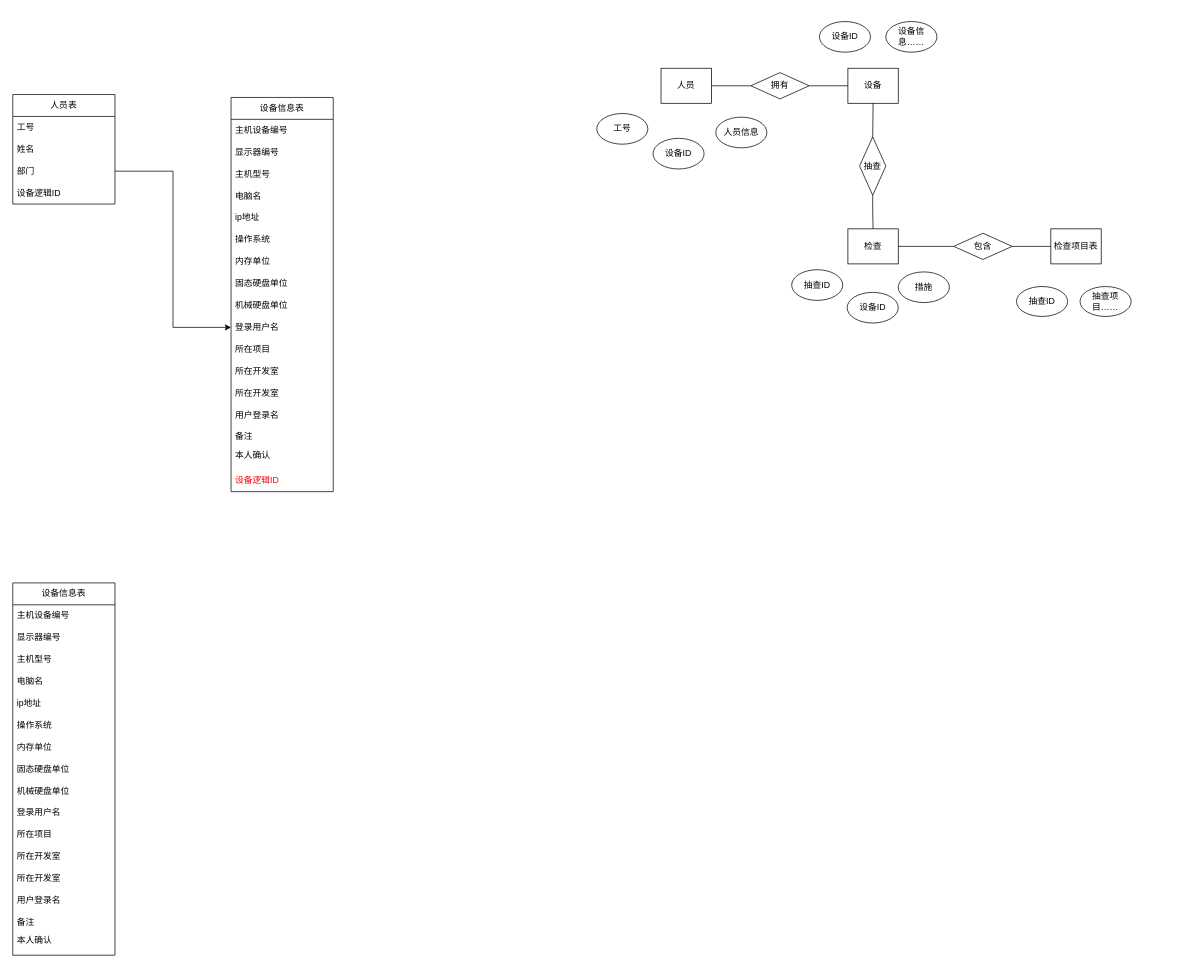
The draw.io diagram 名称未設定ファイル.drawio in linf04/draw.io, before the edit. Source tidied: cells renumbered, new cells numbered last; positions are measured from the earlier drawing's top-left corner, leaving out a move shared by most shapes. Both pictures are drawn from the tidied source at 73%, with x=0, y=0 at pixel (12, 21).
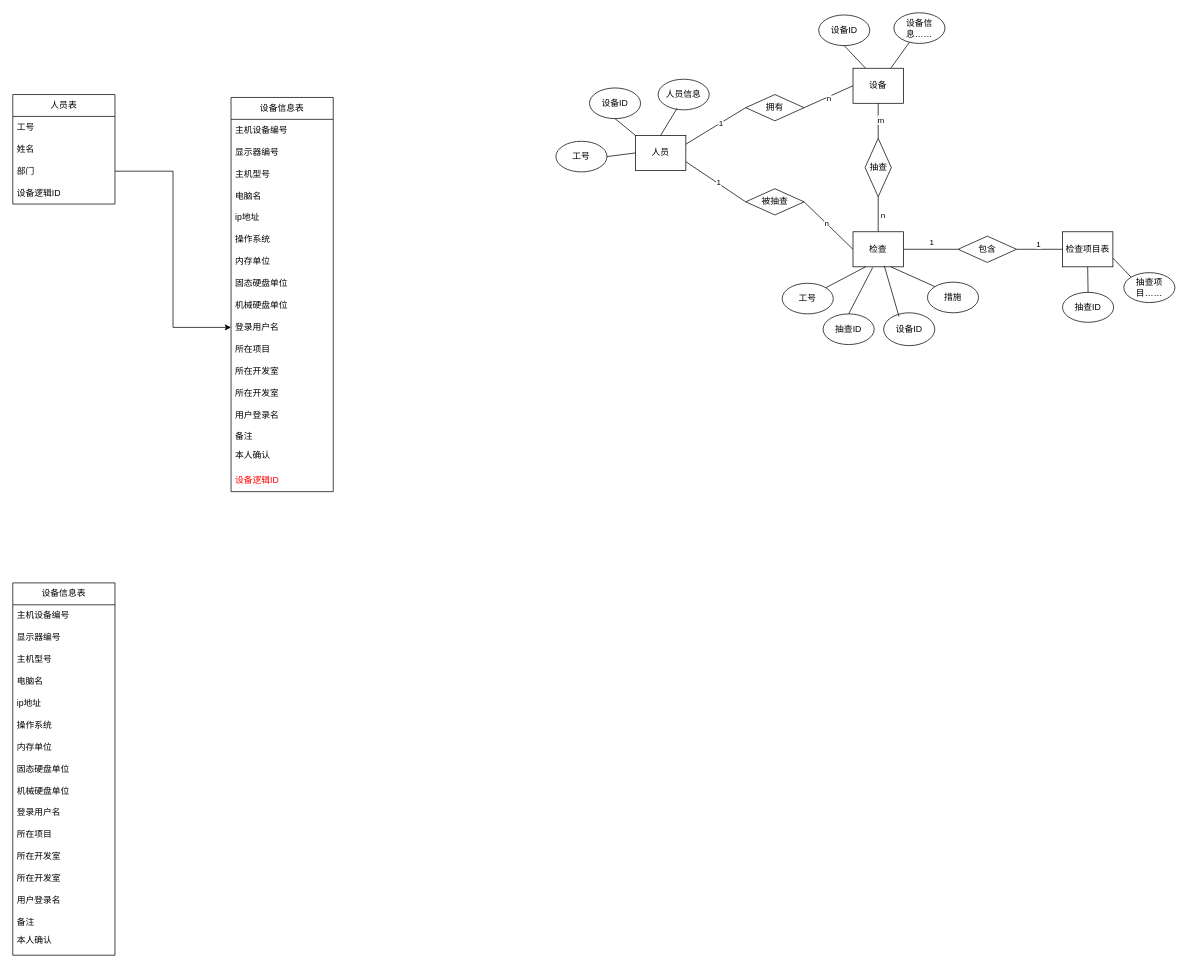
The same page after the edit.

Commit message (it also covers changes not shown here):
名称未設定ファイル.drawio を更新します

Unchanged cells that the change refers to:
```xml
<mxCell id="58" style="rounded=0;jettySize=auto;html=1;exitX=1;exitY=0.5;exitDx=0;exitDy=0;entryX=0;entryY=0.5;entryDx=0;entryDy=0;strokeColor=default;endArrow=none;endFill=0;" parent="1" edge="1" source="59" target="45">
  <mxGeometry relative="1" as="geometry" />
</mxCell>
<mxCell id="60" style="endArrow=none;html=1;rounded=0;exitX=0;exitY=0.5;exitDx=0;exitDy=0;entryX=0.5;entryY=1;entryDx=0;entryDy=0;" parent="1" edge="1" source="62" target="45">
  <mxGeometry relative="1" as="geometry" />
</mxCell>
<mxCell id="65" style="rounded=0;jettySize=auto;html=1;exitX=0;exitY=0.5;exitDx=0;exitDy=0;entryX=0;entryY=0.5;entryDx=0;entryDy=0;endArrow=none;endFill=0;" parent="1" edge="1" source="63" target="47">
  <mxGeometry relative="1" as="geometry" />
</mxCell>
```

Diff of the diagram source:
```diff
@@
-    <mxCell id="43" style="rounded=0;jettySize=auto;html=1;exitX=1;exitY=0.5;exitDx=0;exitDy=0;entryX=0;entryY=0.5;entryDx=0;entryDy=0;endArrow=none;endFill=0;" parent="1" edge="1" source="44" target="59">
+    <mxCell id="43" style="rounded=0;jettySize=auto;html=1;exitX=1;exitY=0.25;exitDx=0;exitDy=0;entryX=0;entryY=0.5;entryDx=0;entryDy=0;endArrow=none;endFill=0;" parent="1" edge="1" source="44" target="59">
       <mxGeometry relative="1" as="geometry" />
     </mxCell>
+    <mxCell id="66" value="1" style="edgeLabel;html=1;align=center;verticalAlign=middle;" parent="43" vertex="1">
+      <mxGeometry x="0.17" relative="1" as="geometry" />
+    </mxCell>
     <mxCell id="44" value="人员" style="rounded=0;whiteSpace=wrap;html=1;" parent="1" vertex="1">
-      <mxGeometry x="888" y="64" width="69" height="48" as="geometry" />
+      <mxGeometry x="853" y="156" width="69" height="48" as="geometry" />
     </mxCell>
     <mxCell id="45" value="设备" style="rounded=0;whiteSpace=wrap;html=1;" parent="1" vertex="1">
-      <mxGeometry x="1144" y="64" width="69" height="48" as="geometry" />
+      <mxGeometry x="1151" y="64" width="69" height="48" as="geometry" />
     </mxCell>
+    <mxCell id="67" style="rounded=0;jettySize=auto;html=1;endArrow=none;endFill=0;entryX=1;entryY=0.5;entryDx=0;entryDy=0;" parent="1" edge="1" source="46" target="62">
+      <mxGeometry relative="1" as="geometry" />
+    </mxCell>
+    <mxCell id="68" value="n" style="edgeLabel;html=1;align=center;verticalAlign=middle;" parent="67" vertex="1">
+      <mxGeometry x="-0.08" y="3" relative="1" as="geometry">
+        <mxPoint x="9" y="-1" as="offset" />
+      </mxGeometry>
+    </mxCell>
+    <mxCell id="64" style="rounded=0;jettySize=auto;html=1;exitX=1;exitY=0.5;exitDx=0;exitDy=0;entryX=1;entryY=0.5;entryDx=0;entryDy=0;endArrow=none;endFill=0;" parent="1" edge="1" source="46" target="63">
+      <mxGeometry relative="1" as="geometry" />
+    </mxCell>
+    <mxCell id="69" value="1" style="edgeLabel;html=1;align=center;verticalAlign=middle;" parent="64" vertex="1">
+      <mxGeometry x="0.23" y="2" relative="1" as="geometry">
+        <mxPoint x="-8" y="-9" as="offset" />
+      </mxGeometry>
+    </mxCell>
     <mxCell id="46" value="检查" style="rounded=0;whiteSpace=wrap;html=1;" parent="1" vertex="1">
-      <mxGeometry x="1144" y="284" width="69" height="48" as="geometry" />
+      <mxGeometry x="1151" y="288" width="69" height="48" as="geometry" />
     </mxCell>
     <mxCell id="47" value="检查项目表" style="rounded=0;whiteSpace=wrap;html=1;" parent="1" vertex="1">
-      <mxGeometry x="1422" y="284" width="69" height="48" as="geometry" />
+      <mxGeometry x="1438" y="288" width="69" height="48" as="geometry" />
     </mxCell>
     <mxCell id="48" value="工号" style="ellipse;whiteSpace=wrap;html=1;" parent="1" vertex="1">
-      <mxGeometry x="800" y="126" width="70" height="42" as="geometry" />
+      <mxGeometry x="744" y="164" width="70" height="42" as="geometry" />
     </mxCell>
     <mxCell id="49" value="设备ID" style="ellipse;whiteSpace=wrap;html=1;" parent="1" vertex="1">
-      <mxGeometry x="877" y="160" width="70" height="42" as="geometry" />
+      <mxGeometry x="790" y="91" width="70" height="42" as="geometry" />
     </mxCell>
     <mxCell id="50" value="设备ID" style="ellipse;whiteSpace=wrap;html=1;" parent="1" vertex="1">
-      <mxGeometry x="1105" width="70" height="42" as="geometry" />
+      <mxGeometry x="1104" y="-9" width="70" height="42" as="geometry" />
     </mxCell>
     <mxCell id="51" value="设备信息……" style="ellipse;whiteSpace=wrap;html=1;" parent="1" vertex="1">
-      <mxGeometry x="1196" width="70" height="42" as="geometry" />
+      <mxGeometry x="1207" y="-12" width="70" height="42" as="geometry" />
     </mxCell>
     <mxCell id="52" value="抽查ID" style="ellipse;whiteSpace=wrap;html=1;" parent="1" vertex="1">
-      <mxGeometry x="1067" y="340" width="70" height="42" as="geometry" />
+      <mxGeometry x="1110" y="400.5" width="70" height="42" as="geometry" />
     </mxCell>
     <mxCell id="53" value="抽查ID" style="ellipse;whiteSpace=wrap;html=1;" parent="1" vertex="1">
-      <mxGeometry x="1375" y="363" width="70" height="41" as="geometry" />
+      <mxGeometry x="1438" y="371" width="70" height="41" as="geometry" />
     </mxCell>
     <mxCell id="54" value="抽查项目……" style="ellipse;whiteSpace=wrap;html=1;" parent="1" vertex="1">
-      <mxGeometry x="1462" y="363" width="70" height="41" as="geometry" />
+      <mxGeometry x="1522" y="344" width="70" height="41" as="geometry" />
     </mxCell>
     <mxCell id="55" value="人员信息" style="ellipse;whiteSpace=wrap;html=1;" parent="1" vertex="1">
-      <mxGeometry x="963" y="131" width="70" height="42" as="geometry" />
+      <mxGeometry x="884" y="79" width="70" height="42" as="geometry" />
     </mxCell>
     <mxCell id="56" value="设备ID" style="ellipse;whiteSpace=wrap;html=1;" parent="1" vertex="1">
-      <mxGeometry x="1143" y="371" width="70" height="42" as="geometry" />
+      <mxGeometry x="1193" y="399" width="70" height="45" as="geometry" />
     </mxCell>
     <mxCell id="57" value="措施" style="ellipse;whiteSpace=wrap;html=1;" parent="1" vertex="1">
-      <mxGeometry x="1213" y="343" width="70" height="42" as="geometry" />
+      <mxGeometry x="1253" y="357" width="70" height="42" as="geometry" />
     </mxCell>
@@
+    <mxCell id="70" value="n" style="edgeLabel;html=1;align=center;verticalAlign=middle;" parent="58" vertex="1">
+      <mxGeometry x="-0.03" y="-2" relative="1" as="geometry">
+        <mxPoint y="-1" as="offset" />
+      </mxGeometry>
+    </mxCell>
     <mxCell id="59" value="拥有" style="rhombus;whiteSpace=wrap;html=1;" parent="1" vertex="1">
-      <mxGeometry x="1011" y="70" width="80" height="36" as="geometry" />
+      <mxGeometry x="1004" y="100" width="80" height="36" as="geometry" />
     </mxCell>
@@
-    <mxCell id="61" style="edgeStyle=orthogonalEdgeStyle;rounded=0;jettySize=auto;html=1;exitX=1;exitY=0.5;exitDx=0;exitDy=0;entryX=0.5;entryY=0;entryDx=0;entryDy=0;endArrow=none;endFill=0;" parent="1" edge="1" source="62" target="46">
-      <mxGeometry relative="1" as="geometry" />
-    </mxCell>
+    <mxCell id="71" value="m" style="edgeLabel;html=1;align=center;verticalAlign=middle;" parent="60" vertex="1">
+      <mxGeometry x="0.08" y="-2" relative="1" as="geometry">
+        <mxPoint x="1" as="offset" />
+      </mxGeometry>
+    </mxCell>
     <mxCell id="62" value="抽查" style="rhombus;whiteSpace=wrap;html=1;direction=south;" parent="1" vertex="1">
-      <mxGeometry x="1160" y="158" width="36" height="80" as="geometry" />
+      <mxGeometry x="1167.5" y="160" width="36" height="80" as="geometry" />
     </mxCell>
     <mxCell id="63" value="包含" style="rhombus;whiteSpace=wrap;html=1;direction=west;" parent="1" vertex="1">
-      <mxGeometry x="1289" y="290" width="80" height="36" as="geometry" />
+      <mxGeometry x="1295" y="294" width="80" height="36" as="geometry" />
     </mxCell>
-    <mxCell id="64" style="edgeStyle=orthogonalEdgeStyle;rounded=0;jettySize=auto;html=1;exitX=1;exitY=0.5;exitDx=0;exitDy=0;entryX=1;entryY=0.5;entryDx=0;entryDy=0;endArrow=none;endFill=0;" parent="1" edge="1" source="46" target="63">
-      <mxGeometry relative="1" as="geometry" />
-    </mxCell>
@@
+    <mxCell id="72" value="1" style="edgeLabel;html=1;align=center;verticalAlign=middle;" parent="65" vertex="1">
+      <mxGeometry x="-0.08" y="4" relative="1" as="geometry">
+        <mxPoint y="-4" as="offset" />
+      </mxGeometry>
+    </mxCell>
+    <mxCell id="73" value="工号" style="ellipse;whiteSpace=wrap;html=1;" parent="1" vertex="1">
+      <mxGeometry x="1054" y="358.5" width="70" height="42" as="geometry" />
+    </mxCell>
+    <mxCell id="74" style="rounded=0;jettySize=auto;html=1;entryX=1;entryY=0.75;entryDx=0;entryDy=0;endArrow=none;endFill=0;exitX=0;exitY=0.5;exitDx=0;exitDy=0;" parent="1" edge="1" source="78" target="44">
+      <mxGeometry relative="1" as="geometry" />
+    </mxCell>
+    <mxCell id="75" value="1" style="edgeLabel;html=1;align=center;verticalAlign=middle;" parent="74" vertex="1">
+      <mxGeometry x="-0.06" y="-1" relative="1" as="geometry" />
+    </mxCell>
+    <mxCell id="76" style="rounded=0;jettySize=auto;html=1;exitX=1;exitY=0.5;exitDx=0;exitDy=0;entryX=0;entryY=0.5;entryDx=0;entryDy=0;endArrow=none;endFill=0;" parent="1" edge="1" source="78" target="46">
+      <mxGeometry relative="1" as="geometry" />
+    </mxCell>
+    <mxCell id="77" value="n" style="edgeLabel;html=1;align=center;verticalAlign=middle;" parent="76" vertex="1">
+      <mxGeometry x="-0.09" y="1" relative="1" as="geometry" />
+    </mxCell>
+    <mxCell id="78" value="被抽查" style="rhombus;whiteSpace=wrap;html=1;" parent="1" vertex="1">
+      <mxGeometry x="1004" y="229" width="80" height="36" as="geometry" />
+    </mxCell>
+    <mxCell id="79" style="endArrow=none;html=1;rounded=0;entryX=0;entryY=0.5;entryDx=0;entryDy=0;exitX=1;exitY=0.5;exitDx=0;exitDy=0;" parent="1" edge="1" source="48" target="44">
+      <mxGeometry relative="1" as="geometry" />
+    </mxCell>
+    <mxCell id="80" style="endArrow=none;html=1;rounded=0;entryX=0;entryY=0;entryDx=0;entryDy=0;exitX=0.5;exitY=1;exitDx=0;exitDy=0;" parent="1" edge="1" source="49" target="44">
+      <mxGeometry relative="1" as="geometry" />
+    </mxCell>
+    <mxCell id="81" style="endArrow=none;html=1;rounded=0;entryX=0.371;entryY=0.952;entryDx=0;entryDy=0;exitX=0.5;exitY=0;exitDx=0;exitDy=0;entryPerimeter=0;" parent="1" edge="1" source="44" target="55">
+      <mxGeometry relative="1" as="geometry" />
+    </mxCell>
+    <mxCell id="82" style="endArrow=none;html=1;rounded=0;entryX=0.5;entryY=1;entryDx=0;entryDy=0;exitX=0.25;exitY=0;exitDx=0;exitDy=0;" parent="1" edge="1" source="45" target="50">
+      <mxGeometry relative="1" as="geometry" />
+    </mxCell>
+    <mxCell id="83" style="endArrow=none;html=1;rounded=0;exitX=0.75;exitY=0;exitDx=0;exitDy=0;" parent="1" edge="1" source="45" target="51">
+      <mxGeometry relative="1" as="geometry" />
+    </mxCell>
+    <mxCell id="84" style="endArrow=none;html=1;rounded=0;exitX=1;exitY=0;exitDx=0;exitDy=0;entryX=0.25;entryY=1;entryDx=0;entryDy=0;" parent="1" edge="1" source="73" target="46">
+      <mxGeometry relative="1" as="geometry" />
+    </mxCell>
+    <mxCell id="85" style="endArrow=none;html=1;rounded=0;exitX=0.5;exitY=0;exitDx=0;exitDy=0;" parent="1" edge="1" source="52">
+      <mxGeometry relative="1" as="geometry">
+        <mxPoint x="1178" y="337" as="targetPoint" />
+      </mxGeometry>
+    </mxCell>
+    <mxCell id="86" style="endArrow=none;html=1;rounded=0;exitX=0.3;exitY=0.111;exitDx=0;exitDy=0;entryX=0.623;entryY=0.979;entryDx=0;entryDy=0;entryPerimeter=0;exitPerimeter=0;" parent="1" edge="1" source="56" target="46">
+      <mxGeometry relative="1" as="geometry" />
+    </mxCell>
+    <mxCell id="87" style="endArrow=none;html=1;rounded=0;exitX=0;exitY=0;exitDx=0;exitDy=0;entryX=0.75;entryY=1;entryDx=0;entryDy=0;" parent="1" edge="1" source="57" target="46">
+      <mxGeometry relative="1" as="geometry" />
+    </mxCell>
+    <mxCell id="88" style="endArrow=none;html=1;rounded=0;exitX=0.5;exitY=0;exitDx=0;exitDy=0;entryX=0.5;entryY=1;entryDx=0;entryDy=0;" parent="1" edge="1" source="53" target="47">
+      <mxGeometry relative="1" as="geometry" />
+    </mxCell>
+    <mxCell id="89" style="endArrow=none;html=1;rounded=0;exitX=0;exitY=0;exitDx=0;exitDy=0;entryX=1;entryY=0.75;entryDx=0;entryDy=0;" parent="1" edge="1" source="54" target="47">
+      <mxGeometry relative="1" as="geometry" />
+    </mxCell>
```
